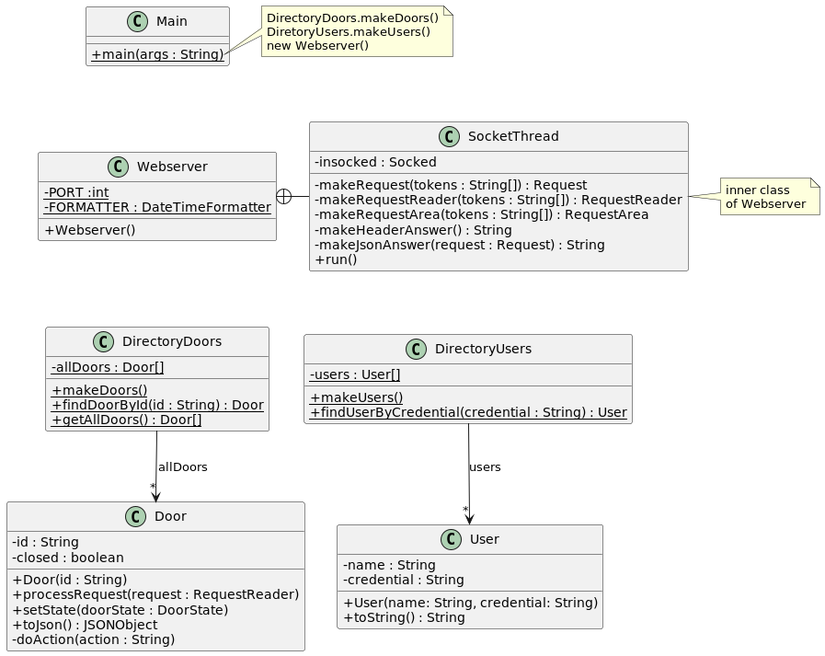
The PlantUML diagram src/baseNoStates/uml/base_no_states.png in MarcUgass/AccesControlSystem-Dise-oSoftware-, before a commit.
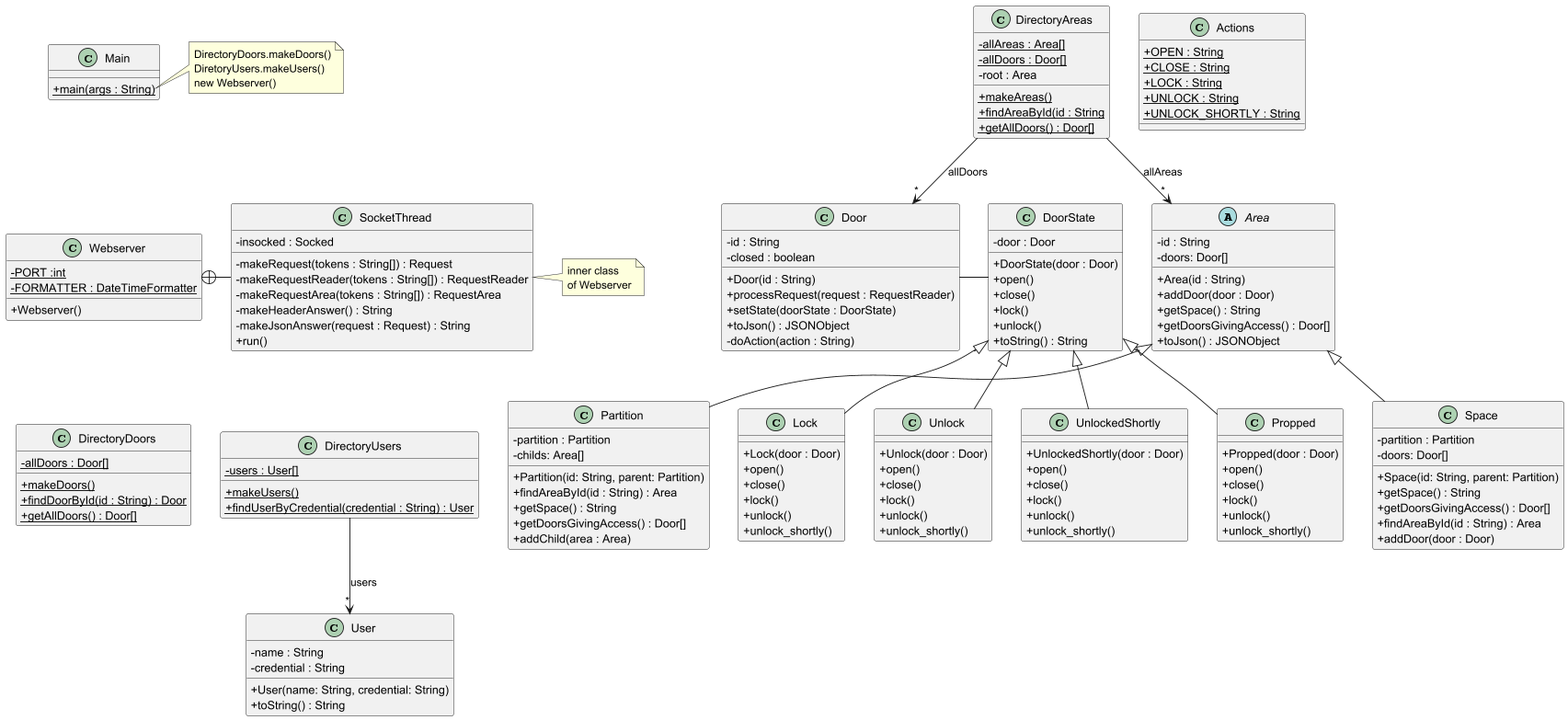
The same file after the commit.

What changed in the source:
```diff
@@ -31,7 +31,48 @@
 + {static} getAllDoors() : Door[]
 }
 
-DirectoryDoors --> "*" Door : "allDoors"
+class DirectoryAreas {
+- {static} allAreas : Area[]
+- {static} allDoors : Door[]
+- root : Area
++ {static} makeAreas()
++ {static} findAreaById(id : String
++ {static} getAllDoors() : Door[]
+}
+
+DirectoryAreas --> "*" Door : "allDoors"
+
+abstract class Area {
+- id : String
+- doors: Door[]
++ Area(id : String)
++ addDoor(door : Door)
++ getSpace() : String
++ getDoorsGivingAccess() : Door[]
++ toJson() : JSONObject
+}
+
+DirectoryAreas --> "*" Area : "allAreas"
+
+class Partition extends Area {
+- partition : Partition
+- childs: Area[]
++ Partition(id: String, parent: Partition)
++ findAreaById(id : String) : Area
++ getSpace() : String
++ getDoorsGivingAccess() : Door[]
++ addChild(area : Area)
+}
+
+class Space extends Area {
+- partition : Partition
+- doors: Door[]
++ Space(id: String, parent: Partition)
++ getSpace() : String
++ getDoorsGivingAccess() : Door[]
++ findAreaById(id : String) : Area
++ addDoor(door : Door)
+}
 
 class DirectoryUsers {
 - {static} users : User[]
@@ -51,6 +92,61 @@
 - doAction(action : String)
 }
 
+class DoorState {
+- door : Door
++ DoorState(door : Door)
++ open()
++ close()
++ lock()
++ unlock()
++ toString() : String
+}
+
+Door -right- DoorState
+
+class Lock extends DoorState {
++ Lock(door : Door)
++ open()
++ close()
++ lock()
++ unlock()
++ unlock_shortly()
+}
+
+class Unlock extends DoorState {
++ Unlock(door : Door)
++ open()
++ close()
++ lock()
++ unlock()
++ unlock_shortly()
+}
+
+class UnlockedShortly extends DoorState {
++ UnlockedShortly(door : Door)
++ open()
++ close()
++ lock()
++ unlock()
++ unlock_shortly()
+}
+
+class Propped extends DoorState {
++ Propped(door : Door)
++ open()
++ close()
++ lock()
++ unlock()
++ unlock_shortly()
+}
+
+class Actions {
++ {static} OPEN : String
++ {static} CLOSE : String
++ {static} LOCK : String
++ {static} UNLOCK : String
++ {static} UNLOCK_SHORTLY : String
+}
 
 class User {
 - name : String
```
